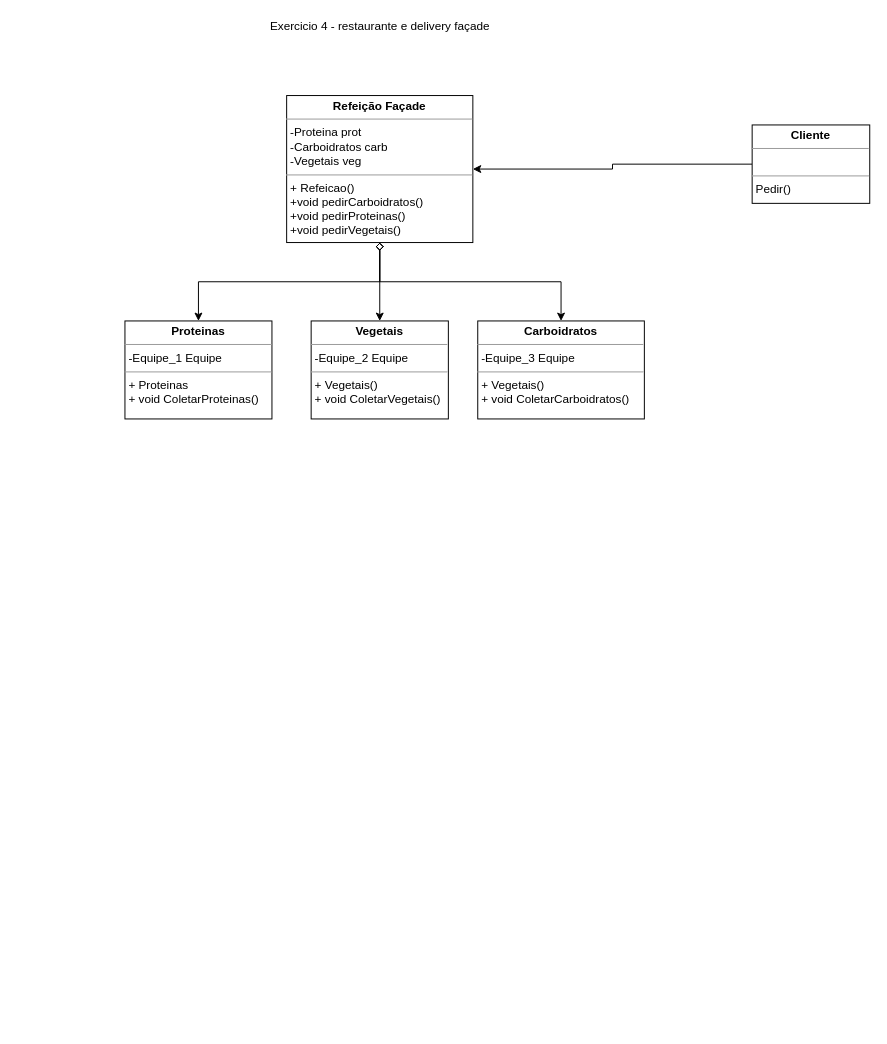
Before: page "Sistema_Restaurante" (4 of 4) of Arq_ADO_1.drawio in MatheusSantosDev/diagramas-UML, a draw.io diagram. Source tidied: cells renumbered, new cells numbered last; positions are measured from the earlier drawing's top-left corner, leaving out a move shared by most shapes. Both pictures are drawn from the tidied source at 98%, with x=0, y=0 at pixel (124, 17).
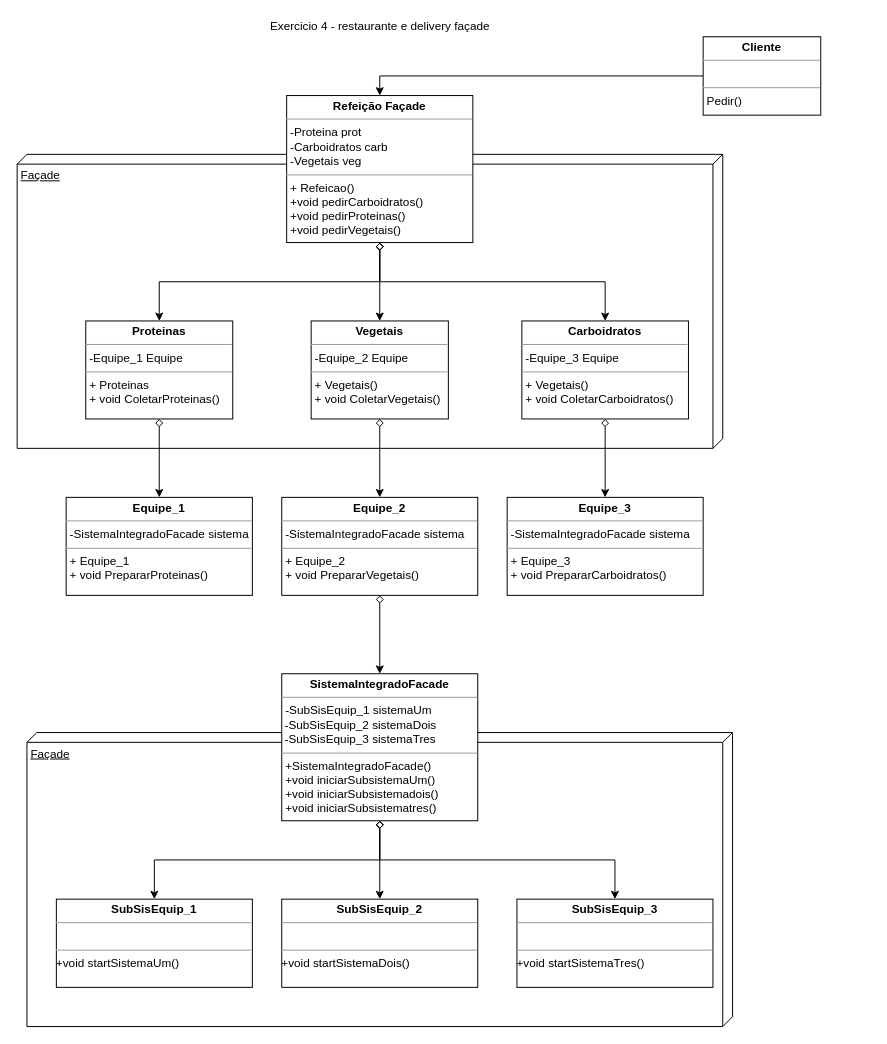
After the change.

Unchanged cells that the change refers to:
```xml
<mxCell id="8" value="&lt;p style=&quot;margin: 0px ; margin-top: 4px ; text-align: center&quot;&gt;&lt;b&gt;Refeição Façade&lt;/b&gt;&lt;/p&gt;&lt;hr size=&quot;1&quot;&gt;&lt;p style=&quot;margin: 0px ; margin-left: 4px&quot;&gt;-Proteina prot&lt;/p&gt;&lt;p style=&quot;margin: 0px ; margin-left: 4px&quot;&gt;-Carboidratos carb&lt;/p&gt;&lt;p style=&quot;margin: 0px ; margin-left: 4px&quot;&gt;-Vegetais veg&lt;/p&gt;&lt;hr size=&quot;1&quot;&gt;&lt;p style=&quot;margin: 0px ; margin-left: 4px&quot;&gt;+ Refeicao()&lt;br&gt;+void pedirCarboidratos()&lt;/p&gt;&lt;p style=&quot;margin: 0px ; margin-left: 4px&quot;&gt;+void pedirProteinas()&lt;/p&gt;&lt;p style=&quot;margin: 0px ; margin-left: 4px&quot;&gt;+void pedirVegetais()&lt;br&gt;&lt;/p&gt;" style="verticalAlign=top;align=left;overflow=fill;fontSize=12;fontFamily=Helvetica;html=1;" parent="1" vertex="1">
  <mxGeometry x="165" y="80" width="190" height="150" as="geometry" />
</mxCell>
<mxCell id="9" value="&lt;p style=&quot;margin: 0px ; margin-top: 4px ; text-align: center&quot;&gt;&lt;b&gt;Vegetais&lt;/b&gt;&lt;/p&gt;&lt;hr size=&quot;1&quot;&gt;&lt;p style=&quot;margin: 0px ; margin-left: 4px&quot;&gt;-Equipe_2 Equipe&lt;/p&gt;&lt;hr size=&quot;1&quot;&gt;&lt;p style=&quot;margin: 0px ; margin-left: 4px&quot;&gt;+ Vegetais()&lt;br&gt;+ void ColetarVegetais()&lt;/p&gt;" style="verticalAlign=top;align=left;overflow=fill;fontSize=12;fontFamily=Helvetica;html=1;" parent="1" vertex="1">
  <mxGeometry x="190" y="310" width="140" height="100" as="geometry" />
</mxCell>
```

Change to the diagram source:
```diff
@@
+    <mxCell id="12" value="Façade" style="verticalAlign=top;align=left;spacingTop=8;spacingLeft=2;spacingRight=12;shape=cube;size=10;direction=south;fontStyle=4;html=1;" parent="1" vertex="1">
+      <mxGeometry x="-100" y="730" width="720" height="300" as="geometry" />
+    </mxCell>
+    <mxCell id="13" value="Façade" style="verticalAlign=top;align=left;spacingTop=8;spacingLeft=2;spacingRight=12;shape=cube;size=10;direction=south;fontStyle=4;html=1;" parent="1" vertex="1">
+      <mxGeometry x="-110" y="140" width="720" height="300" as="geometry" />
+    </mxCell>
@@
-    <mxCell id="3" style="edgeStyle=orthogonalEdgeStyle;rounded=0;jettySize=auto;html=1;exitX=0;exitY=0.5;exitDx=0;exitDy=0;" parent="1" edge="1" source="4" target="8">
+    <mxCell id="3" style="edgeStyle=orthogonalEdgeStyle;rounded=0;jettySize=auto;html=1;exitX=0;exitY=0.5;exitDx=0;exitDy=0;entryX=0.5;entryY=0;entryDx=0;entryDy=0;" parent="1" edge="1" source="4" target="8">
       <mxGeometry relative="1" as="geometry" />
     </mxCell>
     <mxCell id="4" value="&lt;p style=&quot;margin: 0px ; margin-top: 4px ; text-align: center&quot;&gt;&lt;b&gt;Cliente&lt;/b&gt;&lt;/p&gt;&lt;hr size=&quot;1&quot;&gt;&lt;p style=&quot;margin: 0px ; margin-left: 4px&quot;&gt;&lt;br&gt;&lt;/p&gt;&lt;hr size=&quot;1&quot;&gt;&lt;p style=&quot;margin: 0px ; margin-left: 4px&quot;&gt;Pedir()&lt;/p&gt;" style="verticalAlign=top;align=left;overflow=fill;fontSize=12;fontFamily=Helvetica;html=1;" parent="1" vertex="1">
-      <mxGeometry x="640" y="110" width="120" height="80" as="geometry" />
+      <mxGeometry x="590" y="20" width="120" height="80" as="geometry" />
     </mxCell>
@@
+    <mxCell id="14" style="edgeStyle=orthogonalEdgeStyle;rounded=0;jettySize=auto;html=1;startArrow=diamond;startFill=0;" parent="1" edge="1" source="9" target="18">
+      <mxGeometry relative="1" as="geometry" />
+    </mxCell>
@@
+    <mxCell id="15" style="edgeStyle=orthogonalEdgeStyle;rounded=0;jettySize=auto;html=1;exitX=0.5;exitY=1;exitDx=0;exitDy=0;startArrow=diamond;startFill=0;" parent="1" edge="1" source="10" target="19">
+      <mxGeometry relative="1" as="geometry" />
+    </mxCell>
     <mxCell id="10" value="&lt;p style=&quot;margin: 0px ; margin-top: 4px ; text-align: center&quot;&gt;&lt;b&gt;Proteinas&lt;/b&gt;&lt;/p&gt;&lt;hr size=&quot;1&quot;&gt;&lt;p style=&quot;margin: 0px ; margin-left: 4px&quot;&gt;-Equipe_1 Equipe&lt;/p&gt;&lt;hr size=&quot;1&quot;&gt;&lt;p style=&quot;margin: 0px ; margin-left: 4px&quot;&gt;+ Proteinas&lt;br&gt;+ void ColetarProteinas()&lt;/p&gt;" style="verticalAlign=top;align=left;overflow=fill;fontSize=12;fontFamily=Helvetica;html=1;" parent="1" vertex="1">
-      <mxGeometry y="310" width="150" height="100" as="geometry" />
+      <mxGeometry x="-40" y="310" width="150" height="100" as="geometry" />
     </mxCell>
+    <mxCell id="16" style="edgeStyle=orthogonalEdgeStyle;rounded=0;jettySize=auto;html=1;exitX=0.5;exitY=1;exitDx=0;exitDy=0;startArrow=diamond;startFill=0;" parent="1" edge="1" source="11" target="20">
+      <mxGeometry relative="1" as="geometry" />
+    </mxCell>
     <mxCell id="11" value="&lt;p style=&quot;margin: 0px ; margin-top: 4px ; text-align: center&quot;&gt;&lt;b&gt;Carboidratos&lt;/b&gt;&lt;/p&gt;&lt;hr size=&quot;1&quot;&gt;&lt;p style=&quot;margin: 0px ; margin-left: 4px&quot;&gt;-Equipe_3 Equipe&lt;/p&gt;&lt;hr size=&quot;1&quot;&gt;&lt;p style=&quot;margin: 0px ; margin-left: 4px&quot;&gt;+ Vegetais()&lt;br&gt;+ void ColetarCarboidratos()&lt;/p&gt;" style="verticalAlign=top;align=left;overflow=fill;fontSize=12;fontFamily=Helvetica;html=1;" parent="1" vertex="1">
-      <mxGeometry x="360" y="310" width="170" height="100" as="geometry" />
+      <mxGeometry x="405" y="310" width="170" height="100" as="geometry" />
     </mxCell>
+    <mxCell id="17" style="edgeStyle=orthogonalEdgeStyle;rounded=0;jettySize=auto;html=1;startArrow=diamond;startFill=0;" parent="1" edge="1" source="18" target="24">
+      <mxGeometry relative="1" as="geometry" />
+    </mxCell>
+    <mxCell id="18" value="&lt;p style=&quot;margin: 0px ; margin-top: 4px ; text-align: center&quot;&gt;&lt;b&gt;Equipe_2&lt;/b&gt;&lt;/p&gt;&lt;hr size=&quot;1&quot;&gt;&lt;p style=&quot;margin: 0px ; margin-left: 4px&quot;&gt;-SistemaIntegradoFacade sistema&lt;/p&gt;&lt;hr size=&quot;1&quot;&gt;&lt;p style=&quot;margin: 0px ; margin-left: 4px&quot;&gt;+ Equipe_2&lt;br&gt;+ void PrepararVegetais()&lt;/p&gt;" style="verticalAlign=top;align=left;overflow=fill;fontSize=12;fontFamily=Helvetica;html=1;" parent="1" vertex="1">
+      <mxGeometry x="160" y="490" width="200" height="100" as="geometry" />
+    </mxCell>
+    <mxCell id="19" value="&lt;p style=&quot;margin: 0px ; margin-top: 4px ; text-align: center&quot;&gt;&lt;b&gt;Equipe_1&lt;/b&gt;&lt;/p&gt;&lt;hr size=&quot;1&quot;&gt;&lt;p style=&quot;margin: 0px ; margin-left: 4px&quot;&gt;-SistemaIntegradoFacade sistema&lt;/p&gt;&lt;hr size=&quot;1&quot;&gt;&lt;p style=&quot;margin: 0px ; margin-left: 4px&quot;&gt;+ Equipe_1&lt;br&gt;+ void PrepararProteinas()&lt;/p&gt;" style="verticalAlign=top;align=left;overflow=fill;fontSize=12;fontFamily=Helvetica;html=1;" parent="1" vertex="1">
+      <mxGeometry x="-60" y="490" width="190" height="100" as="geometry" />
+    </mxCell>
+    <mxCell id="20" value="&lt;p style=&quot;margin: 0px ; margin-top: 4px ; text-align: center&quot;&gt;&lt;b&gt;Equipe_3&lt;/b&gt;&lt;/p&gt;&lt;hr size=&quot;1&quot;&gt;&lt;p style=&quot;margin: 0px ; margin-left: 4px&quot;&gt;-SistemaIntegradoFacade sistema&lt;/p&gt;&lt;hr size=&quot;1&quot;&gt;&lt;p style=&quot;margin: 0px ; margin-left: 4px&quot;&gt;+ Equipe_3&lt;br&gt;+ void PrepararCarboidratos()&lt;/p&gt;" style="verticalAlign=top;align=left;overflow=fill;fontSize=12;fontFamily=Helvetica;html=1;" parent="1" vertex="1">
+      <mxGeometry x="390" y="490" width="200" height="100" as="geometry" />
+    </mxCell>
+    <mxCell id="21" style="edgeStyle=orthogonalEdgeStyle;rounded=0;jettySize=auto;html=1;startArrow=diamond;startFill=0;" parent="1" edge="1" source="24" target="25">
+      <mxGeometry relative="1" as="geometry" />
+    </mxCell>
+    <mxCell id="22" style="edgeStyle=orthogonalEdgeStyle;rounded=0;jettySize=auto;html=1;exitX=0.5;exitY=1;exitDx=0;exitDy=0;startArrow=diamond;startFill=0;" parent="1" edge="1" source="24" target="27">
+      <mxGeometry relative="1" as="geometry" />
+    </mxCell>
+    <mxCell id="23" style="edgeStyle=orthogonalEdgeStyle;rounded=0;jettySize=auto;html=1;exitX=0.5;exitY=1;exitDx=0;exitDy=0;entryX=0.5;entryY=0;entryDx=0;entryDy=0;startArrow=diamond;startFill=0;" parent="1" edge="1" source="24" target="26">
+      <mxGeometry relative="1" as="geometry" />
+    </mxCell>
+    <mxCell id="24" value="&lt;p style=&quot;margin: 0px ; margin-top: 4px ; text-align: center&quot;&gt;&lt;b&gt;SistemaIntegradoFacade&lt;/b&gt;&lt;br&gt;&lt;/p&gt;&lt;hr size=&quot;1&quot;&gt;&lt;p style=&quot;margin: 0px ; margin-left: 4px&quot;&gt;&lt;span&gt;-SubSisEquip_1 sistemaUm&lt;/span&gt;&lt;/p&gt;&amp;nbsp;-SubSisEquip_2 sistemaDois&lt;br&gt;&amp;nbsp;-SubSisEquip_3 sistemaTres&lt;br&gt;&lt;hr size=&quot;1&quot;&gt;&lt;p style=&quot;margin: 0px ; margin-left: 4px&quot;&gt;+SistemaIntegradoFacade()&lt;/p&gt;&lt;p style=&quot;margin: 0px ; margin-left: 4px&quot;&gt;+void iniciarSubsistemaUm()&lt;/p&gt;&lt;p style=&quot;margin: 0px ; margin-left: 4px&quot;&gt;+void iniciarSubsistemadois()&lt;/p&gt;&lt;p style=&quot;margin: 0px ; margin-left: 4px&quot;&gt;+void iniciarSubsistematres()&lt;/p&gt;" style="verticalAlign=top;align=left;overflow=fill;fontSize=12;fontFamily=Helvetica;html=1;" parent="1" vertex="1">
+      <mxGeometry x="160" y="670" width="200" height="150" as="geometry" />
+    </mxCell>
+    <mxCell id="25" value="&lt;p style=&quot;margin: 0px ; margin-top: 4px ; text-align: center&quot;&gt;&lt;b&gt;SubSisEquip_2&lt;/b&gt;&lt;br&gt;&lt;/p&gt;&lt;hr size=&quot;1&quot;&gt;&lt;p style=&quot;margin: 0px ; margin-left: 4px&quot;&gt;&lt;/p&gt;&amp;nbsp;&lt;br&gt;&lt;hr size=&quot;1&quot;&gt;&lt;p style=&quot;margin: 0px ; margin-left: 4px&quot;&gt;&lt;/p&gt;+void startSistemaDois()&lt;p style=&quot;margin: 0px ; margin-left: 4px&quot;&gt;&lt;br&gt;&lt;/p&gt;&lt;p style=&quot;margin: 0px ; margin-left: 4px&quot;&gt;&lt;br&gt;&lt;/p&gt;" style="verticalAlign=top;align=left;overflow=fill;fontSize=12;fontFamily=Helvetica;html=1;" parent="1" vertex="1">
+      <mxGeometry x="160" y="900" width="200" height="90" as="geometry" />
+    </mxCell>
+    <mxCell id="26" value="&lt;p style=&quot;margin: 0px ; margin-top: 4px ; text-align: center&quot;&gt;&lt;b&gt;SubSisEquip_1&lt;/b&gt;&lt;br&gt;&lt;/p&gt;&lt;hr size=&quot;1&quot;&gt;&lt;p style=&quot;margin: 0px ; margin-left: 4px&quot;&gt;&lt;/p&gt;&amp;nbsp;&lt;br&gt;&lt;hr size=&quot;1&quot;&gt;&lt;p style=&quot;margin: 0px ; margin-left: 4px&quot;&gt;&lt;/p&gt;+void startSistemaUm()&lt;p style=&quot;margin: 0px ; margin-left: 4px&quot;&gt;&lt;br&gt;&lt;/p&gt;&lt;p style=&quot;margin: 0px ; margin-left: 4px&quot;&gt;&lt;br&gt;&lt;/p&gt;" style="verticalAlign=top;align=left;overflow=fill;fontSize=12;fontFamily=Helvetica;html=1;" parent="1" vertex="1">
+      <mxGeometry x="-70" y="900" width="200" height="90" as="geometry" />
+    </mxCell>
+    <mxCell id="27" value="&lt;p style=&quot;margin: 0px ; margin-top: 4px ; text-align: center&quot;&gt;&lt;b&gt;SubSisEquip_3&lt;/b&gt;&lt;br&gt;&lt;/p&gt;&lt;hr size=&quot;1&quot;&gt;&lt;p style=&quot;margin: 0px ; margin-left: 4px&quot;&gt;&lt;/p&gt;&amp;nbsp;&lt;br&gt;&lt;hr size=&quot;1&quot;&gt;&lt;p style=&quot;margin: 0px ; margin-left: 4px&quot;&gt;&lt;/p&gt;+void startSistemaTres()&lt;p style=&quot;margin: 0px ; margin-left: 4px&quot;&gt;&lt;br&gt;&lt;/p&gt;&lt;p style=&quot;margin: 0px ; margin-left: 4px&quot;&gt;&lt;br&gt;&lt;/p&gt;" style="verticalAlign=top;align=left;overflow=fill;fontSize=12;fontFamily=Helvetica;html=1;" parent="1" vertex="1">
+      <mxGeometry x="400" y="900" width="200" height="90" as="geometry" />
+    </mxCell>
```
